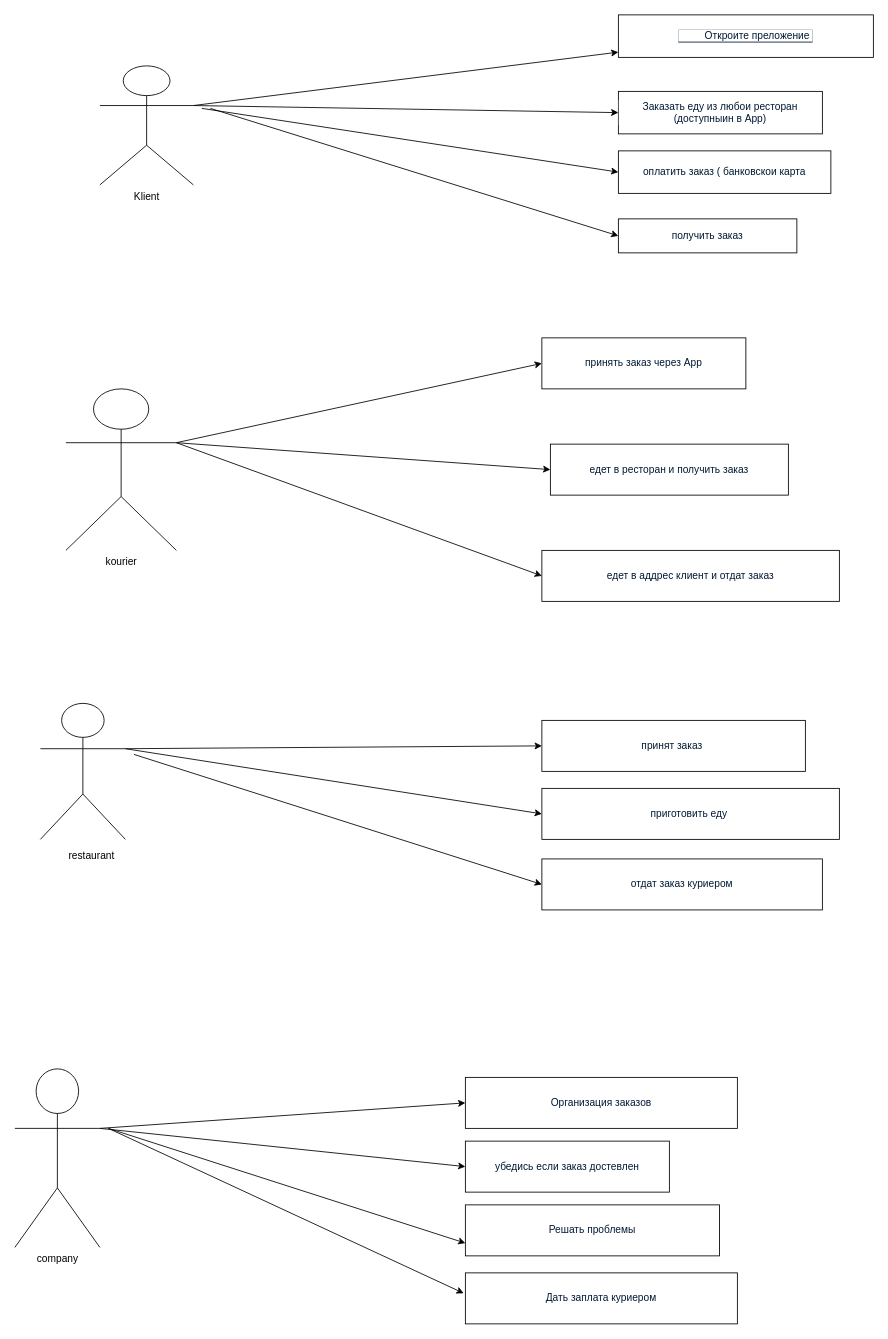
Before: Untitled Diagram.drawio in chaidiMo/PabloCh, a draw.io diagram. Source tidied: cells renumbered, new cells numbered last; positions are measured from the earlier drawing's top-left corner, leaving out a move shared by most shapes. Both pictures are drawn from the tidied source at 85%, with x=0, y=0 at pixel (14, 14).
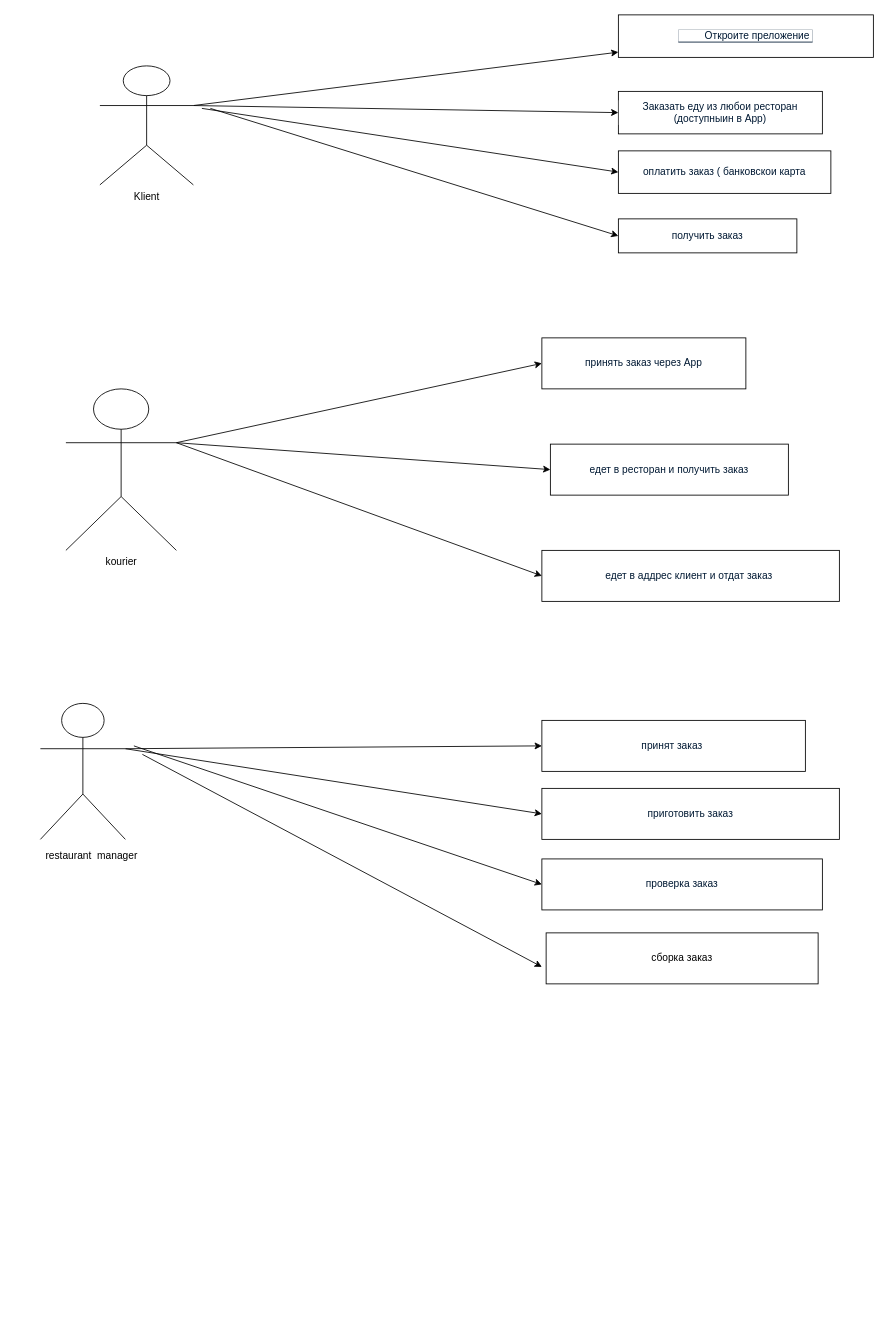
Above is the later version.

The edit, as a diff of the source:
```diff
@@
-    <mxCell id="7" value="едет в аддрес клиент и отдат заказ" style="rounded=0;whiteSpace=wrap;html=1;labelBackgroundColor=#FFFFFF;fontColor=#001933;" parent="1" vertex="1">
+    <mxCell id="7" value="едет в аддрес клиент и отдат заказ&amp;nbsp;" style="rounded=0;whiteSpace=wrap;html=1;labelBackgroundColor=#FFFFFF;fontColor=#001933;" parent="1" vertex="1">
       <mxGeometry x="620" y="630" width="350" height="60" as="geometry" />
     </mxCell>
@@
-    <mxCell id="15" value="приготовить еду&amp;nbsp;" style="rounded=0;whiteSpace=wrap;html=1;labelBackgroundColor=#FFFFFF;fontColor=#001933;" parent="1" vertex="1">
+    <mxCell id="15" value="приготовить заказ" style="rounded=0;whiteSpace=wrap;html=1;labelBackgroundColor=#FFFFFF;fontColor=#001933;" parent="1" vertex="1">
       <mxGeometry x="620" y="910" width="350" height="60" as="geometry" />
     </mxCell>
-    <mxCell id="16" value="отдат заказ куриером" style="rounded=0;whiteSpace=wrap;html=1;labelBackgroundColor=#FFFFFF;fontColor=#001933;" parent="1" vertex="1">
+    <mxCell id="16" value="проверка заказ" style="rounded=0;whiteSpace=wrap;html=1;labelBackgroundColor=#FFFFFF;fontColor=#001933;" parent="1" vertex="1">
       <mxGeometry x="620" y="993" width="330" height="60" as="geometry" />
     </mxCell>
-    <mxCell id="17" value="Организация заказов" style="rounded=0;whiteSpace=wrap;html=1;labelBackgroundColor=#FFFFFF;fontColor=#001933;" parent="1" vertex="1">
-      <mxGeometry x="530" y="1250" width="320" height="60" as="geometry" />
-    </mxCell>
-    <mxCell id="18" value="убедись если заказ достевлен" style="rounded=0;whiteSpace=wrap;html=1;labelBackgroundColor=#FFFFFF;fontColor=#001933;" parent="1" vertex="1">
-      <mxGeometry x="530" y="1325" width="240" height="60" as="geometry" />
-    </mxCell>
-    <mxCell id="19" value="Решать проблемы" style="rounded=0;whiteSpace=wrap;html=1;labelBackgroundColor=#FFFFFF;fontColor=#001933;" parent="1" vertex="1">
-      <mxGeometry x="530" y="1400" width="299" height="60" as="geometry" />
-    </mxCell>
-    <mxCell id="20" value="Дать заплата куриером" style="rounded=0;whiteSpace=wrap;html=1;labelBackgroundColor=#FFFFFF;fontColor=#001933;" parent="1" vertex="1">
-      <mxGeometry x="530" y="1480" width="320" height="60" as="geometry" />
-    </mxCell>
@@
     <mxCell id="27" style="edgeStyle=none;rounded=0;jettySize=auto;html=1;entryX=0;entryY=0.5;entryDx=0;entryDy=0;" parent="1" edge="1" target="16">
       <mxGeometry relative="1" as="geometry">
-        <mxPoint x="140" y="870" as="sourcePoint" />
+        <mxPoint x="140" y="860" as="sourcePoint" />
       </mxGeometry>
     </mxCell>
@@
-    <mxCell id="29" style="edgeStyle=none;rounded=0;jettySize=auto;html=1;entryX=0;entryY=0.5;entryDx=0;entryDy=0;exitX=1;exitY=0.3333333333333333;exitDx=0;exitDy=0;exitPerimeter=0;" parent="1" edge="1" source="33" target="17">
-      <mxGeometry relative="1" as="geometry" />
-    </mxCell>
-    <mxCell id="30" style="edgeStyle=none;rounded=0;jettySize=auto;html=1;entryX=0;entryY=0.5;entryDx=0;entryDy=0;" parent="1" edge="1" target="18">
-      <mxGeometry relative="1" as="geometry">
-        <mxPoint x="100" y="1310" as="sourcePoint" />
-      </mxGeometry>
-    </mxCell>
-    <mxCell id="31" style="edgeStyle=none;rounded=0;jettySize=auto;html=1;entryX=0;entryY=0.75;entryDx=0;entryDy=0;" parent="1" edge="1" target="19">
-      <mxGeometry relative="1" as="geometry">
-        <mxPoint x="110" y="1310" as="sourcePoint" />
-      </mxGeometry>
-    </mxCell>
-    <mxCell id="32" style="edgeStyle=none;rounded=0;jettySize=auto;html=1;entryX=-0.006;entryY=0.4;entryDx=0;entryDy=0;entryPerimeter=0;" parent="1" edge="1" target="20">
-      <mxGeometry relative="1" as="geometry">
-        <mxPoint x="110" y="1310" as="sourcePoint" />
-      </mxGeometry>
-    </mxCell>
-    <mxCell id="33" value="company" style="shape=umlActor;verticalLabelPosition=bottom;verticalAlign=top;html=1;outlineConnect=0;" parent="1" vertex="1">
-      <mxGeometry y="1240" width="100" height="210" as="geometry" />
-    </mxCell>
-    <mxCell id="34" value="restaurant" style="text;html=1;align=center;verticalAlign=middle;strokeColor=none;fillColor=none;" parent="1" vertex="1">
-      <mxGeometry x="55" y="980" width="70" height="20" as="geometry" />
+    <mxCell id="34" value="restaurant&amp;nbsp; manager" style="text;html=1;align=center;verticalAlign=middle;strokeColor=none;fillColor=none;" parent="1" vertex="1">
+      <mxGeometry x="30" y="980" width="120" height="20" as="geometry" />
     </mxCell>
+    <mxCell id="35" style="endArrow=classic;html=1;rounded=0;" parent="1" edge="1">
+      <mxGeometry relative="1" as="geometry">
+        <mxPoint x="150" y="870" as="sourcePoint" />
+        <mxPoint x="620" y="1120" as="targetPoint" />
+      </mxGeometry>
+    </mxCell>
+    <mxCell id="36" value="сборка заказ" style="rounded=0;whiteSpace=wrap;html=1;" parent="1" vertex="1">
+      <mxGeometry x="625" y="1080" width="320" height="60" as="geometry" />
+    </mxCell>
```
